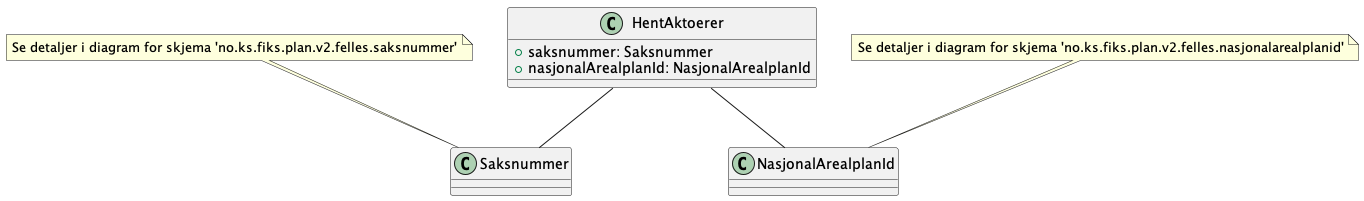
Before: Dokumentasjon/V2/ClassDiagrams/no.ks.fiks.plan.v2.innsyn.aktoerer.hent/aktoerer-hent.png, a diagram exported from PlantUML (ks-no/fiks-plan-specification). Its diagram source:
```plantuml
@startuml

class HentAktoerer {
    +saksnummer: Saksnummer
    +nasjonalArealplanId: NasjonalArealplanId
}

HentAktoerer -- Saksnummer
HentAktoerer -- NasjonalArealplanId

note top of Saksnummer : Se detaljer i diagram for skjema 'no.ks.fiks.plan.v2.felles.saksnummer'
note top of NasjonalArealplanId : Se detaljer i diagram for skjema 'no.ks.fiks.plan.v2.felles.nasjonalarealplanid'

@enduml
```
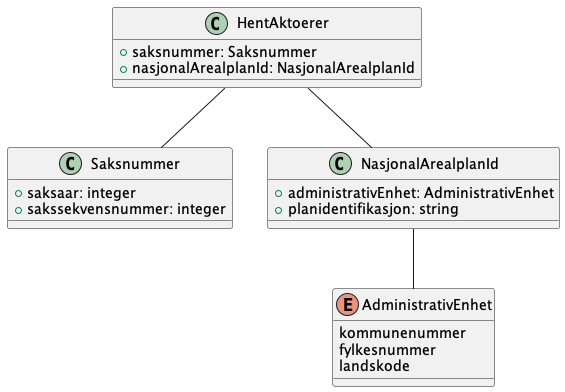
The same file after the commit.

The edit, as a diff of the source:
```diff
@@ -1,4 +1,6 @@
 @startuml
+!include ./../no.ks.fiks.plan.v2.felles.saksnummer/saksnummer.pu
+!include ./../no.ks.fiks.plan.v2.felles.nasjonalarealplanid/nasjonalarealplanid.pu
 
 class HentAktoerer {
     +saksnummer: Saksnummer
@@ -8,7 +10,4 @@
 HentAktoerer -- Saksnummer
 HentAktoerer -- NasjonalArealplanId
 
-note top of Saksnummer : Se detaljer i diagram for skjema 'no.ks.fiks.plan.v2.felles.saksnummer'
-note top of NasjonalArealplanId : Se detaljer i diagram for skjema 'no.ks.fiks.plan.v2.felles.nasjonalarealplanid'
-
 @enduml
```
